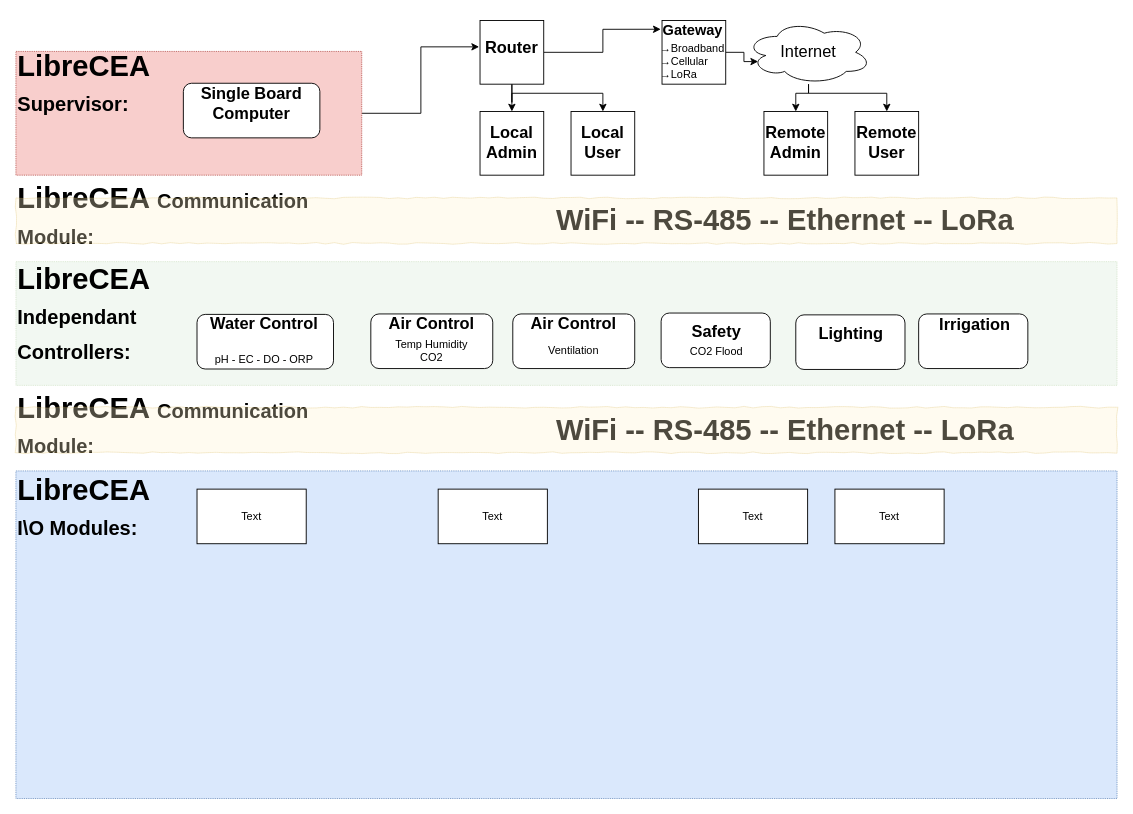
This is LibreCEA.drawio from LibreCEA/Project-Overview, a draw.io file, before an edit. Source tidied: cells renumbered, new cells numbered last; positions are measured from the earlier drawing's top-left corner, leaving out a move shared by most shapes. Both pictures are drawn from the tidied source at 91%, with x=0, y=0 at pixel (15, 20).
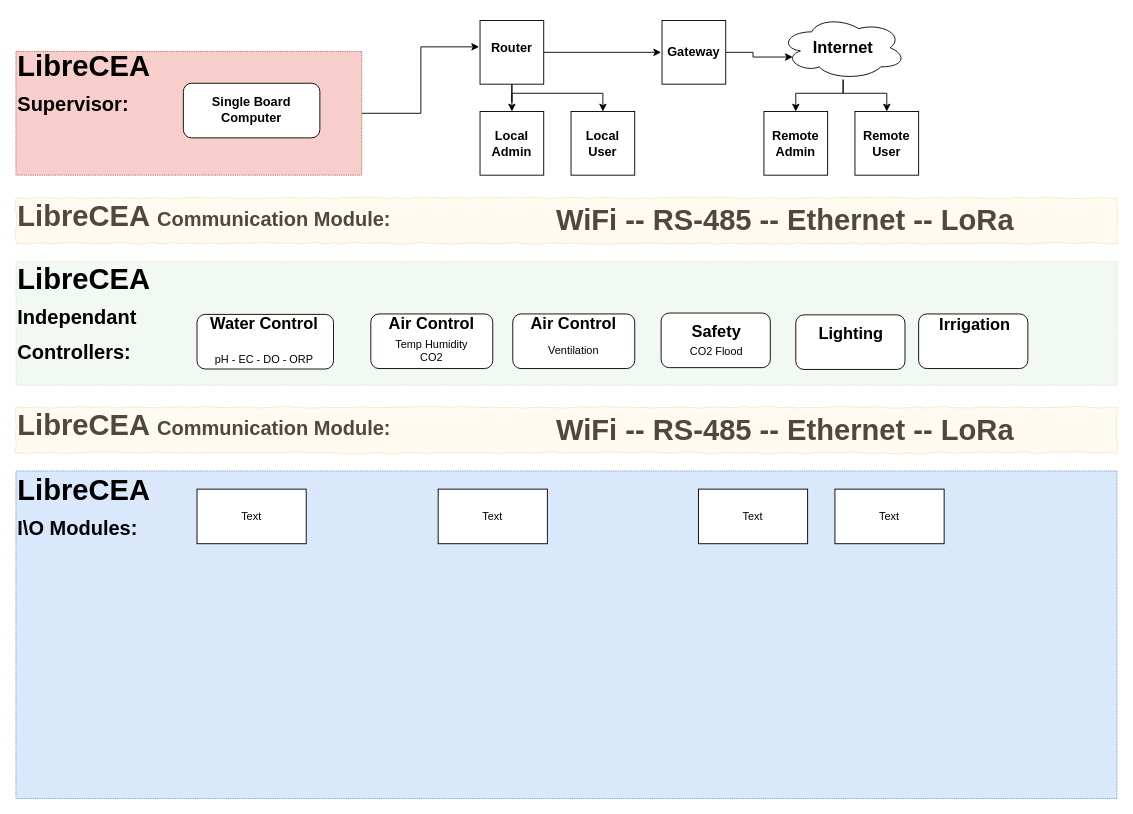
The same page after the edit.

The change refers to these unchanged cells:
```xml
<mxCell id="46" style="whiteSpace=wrap;html=1;" parent="1" vertex="1">
  <mxGeometry x="510" width="70" height="70" as="geometry" />
</mxCell>
<mxCell id="52" style="whiteSpace=wrap;html=1;" parent="1" vertex="1">
  <mxGeometry x="822" y="100" width="70" height="70" as="geometry" />
</mxCell>
<mxCell id="54" style="whiteSpace=wrap;html=1;" parent="1" vertex="1">
  <mxGeometry x="922" y="100" width="70" height="70" as="geometry" />
</mxCell>
<mxCell id="57" style="whiteSpace=wrap;html=1;" parent="1" vertex="1">
  <mxGeometry x="710" width="70" height="70" as="geometry" />
</mxCell>
```

What changed in the source:
```diff
@@
     <mxCell id="6" style="edgeStyle=orthogonalEdgeStyle;rounded=0;jettySize=auto;html=1;entryX=0.5;entryY=0;entryDx=0;entryDy=0;" parent="1" edge="1" source="8" target="52">
       <mxGeometry relative="1" as="geometry">
         <Array as="points">
-          <mxPoint x="871" y="80" />
+          <mxPoint x="909" y="80" />
           <mxPoint x="857" y="80" />
         </Array>
       </mxGeometry>
     </mxCell>
     <mxCell id="7" style="edgeStyle=orthogonalEdgeStyle;rounded=0;jettySize=auto;html=1;entryX=0.5;entryY=0;entryDx=0;entryDy=0;" parent="1" edge="1" source="8" target="54">
       <mxGeometry relative="1" as="geometry">
         <Array as="points">
-          <mxPoint x="871" y="80" />
+          <mxPoint x="909" y="80" />
           <mxPoint x="957" y="80" />
         </Array>
       </mxGeometry>
     </mxCell>
     <mxCell id="8" style="ellipse;shape=cloud;whiteSpace=wrap;html=1;" parent="1" vertex="1">
-      <mxGeometry x="802" width="138" height="70" as="geometry" />
+      <mxGeometry x="840" y="-5" width="138" height="70" as="geometry" />
     </mxCell>
-    <mxCell id="9" value="&lt;div style=&quot;font-size: 18px&quot;&gt;&lt;font style=&quot;font-size: 18px&quot;&gt;Internet&lt;/font&gt;&lt;/div&gt;" style="text;html=1;strokeColor=none;fillColor=none;align=center;verticalAlign=middle;whiteSpace=wrap;rounded=0;" parent="1" vertex="1">
-      <mxGeometry x="851" y="25" width="40" height="20" as="geometry" />
+    <mxCell id="9" value="&lt;div style=&quot;font-size: 18px&quot;&gt;&lt;b&gt;&lt;font style=&quot;font-size: 18px&quot;&gt;Internet&lt;/font&gt;&lt;/b&gt;&lt;/div&gt;" style="text;html=1;strokeColor=none;fillColor=none;align=center;verticalAlign=middle;whiteSpace=wrap;rounded=0;" parent="1" vertex="1">
+      <mxGeometry x="889" y="20" width="40" height="20" as="geometry" />
     </mxCell>
@@
-    <mxCell id="37" value="&lt;div style=&quot;font-size: 32px&quot; align=&quot;left&quot;&gt;&lt;b&gt;&lt;font style=&quot;font-size: 32px&quot;&gt;LibreCEA &lt;font style=&quot;font-size: 22px&quot;&gt;Communication Module:&lt;/font&gt;&lt;br&gt;&lt;/font&gt;&lt;/b&gt;&lt;/div&gt;" style="text;html=1;strokeColor=none;fillColor=none;align=left;verticalAlign=middle;whiteSpace=wrap;rounded=0;dashed=1;dashPattern=1 1;" parent="1" vertex="1">
-      <mxGeometry y="425" width="410" height="40" as="geometry" />
-    </mxCell>
-    <mxCell id="38" value="&lt;div style=&quot;font-size: 32px&quot; align=&quot;left&quot;&gt;&lt;b&gt;&lt;font&gt;&lt;font&gt;WiFi -- RS-485 -- Ethernet -- LoRa&lt;/font&gt;&lt;br&gt;&lt;/font&gt;&lt;/b&gt;&lt;/div&gt;" style="text;html=1;strokeColor=none;fillColor=none;align=left;verticalAlign=middle;whiteSpace=wrap;rounded=0;dashed=1;dashPattern=1 1;" parent="1" vertex="1">
-      <mxGeometry x="592" y="430" width="545" height="40" as="geometry" />
-    </mxCell>
-    <mxCell id="39" style="rounded=0;whiteSpace=wrap;html=1;fillColor=#fff2cc;strokeColor=#d6b656;dashed=1;dashPattern=1 1;textOpacity=50;opacity=30;comic=1;" parent="1" vertex="1">
-      <mxGeometry y="425" width="1210" height="50" as="geometry" />
-    </mxCell>
     <mxCell id="40" value="&lt;div style=&quot;font-size: 32px&quot; align=&quot;left&quot;&gt;&lt;b&gt;&lt;font style=&quot;font-size: 32px&quot;&gt;LibreCEA &lt;font style=&quot;font-size: 22px&quot;&gt;Communication Module:&lt;/font&gt;&lt;br&gt;&lt;/font&gt;&lt;/b&gt;&lt;/div&gt;" style="text;html=1;strokeColor=none;fillColor=none;align=left;verticalAlign=middle;whiteSpace=wrap;rounded=0;dashed=1;dashPattern=1 1;" parent="1" vertex="1">
-      <mxGeometry y="195" width="410" height="40" as="geometry" />
+      <mxGeometry y="195" width="540" height="40" as="geometry" />
     </mxCell>
     <mxCell id="41" value="&lt;div style=&quot;font-size: 32px&quot; align=&quot;left&quot;&gt;&lt;b&gt;&lt;font&gt;&lt;font&gt;WiFi -- RS-485 -- Ethernet -- LoRa&lt;/font&gt;&lt;br&gt;&lt;/font&gt;&lt;/b&gt;&lt;/div&gt;" style="text;html=1;strokeColor=none;fillColor=none;align=left;verticalAlign=middle;whiteSpace=wrap;rounded=0;dashed=1;dashPattern=1 1;" parent="1" vertex="1">
-      <mxGeometry x="592" y="200" width="545" height="40" as="geometry" />
+      <mxGeometry x="592" y="200" width="618" height="40" as="geometry" />
     </mxCell>
-    <mxCell id="42" style="rounded=0;whiteSpace=wrap;html=1;fillColor=#fff2cc;strokeColor=#d6b656;dashed=1;dashPattern=1 1;textOpacity=50;opacity=30;comic=1;" parent="1" vertex="1">
-      <mxGeometry y="195" width="1210" height="50" as="geometry" />
-    </mxCell>
@@
-    <mxCell id="45" style="edgeStyle=orthogonalEdgeStyle;rounded=0;jettySize=auto;html=1;entryX=-0.02;entryY=0.138;entryDx=0;entryDy=0;entryPerimeter=0;" parent="1" edge="1" source="46" target="57">
-      <mxGeometry relative="1" as="geometry" />
+    <mxCell id="45" style="edgeStyle=orthogonalEdgeStyle;rounded=0;jettySize=auto;html=1;" parent="1" edge="1" source="46">
+      <mxGeometry relative="1" as="geometry">
+        <mxPoint x="709" y="35" as="targetPoint" />
+        <Array as="points">
+          <mxPoint x="709" y="35" />
+        </Array>
+      </mxGeometry>
     </mxCell>
@@
-    <mxCell id="47" value="&lt;font style=&quot;font-size: 18px&quot;&gt;&lt;b&gt;&lt;font style=&quot;font-size: 18px&quot;&gt;Router&lt;/font&gt;&lt;/b&gt;&lt;/font&gt;" style="text;html=1;strokeColor=none;fillColor=none;align=center;verticalAlign=middle;whiteSpace=wrap;rounded=0;" parent="1" vertex="1">
+    <mxCell id="47" value="&lt;font style=&quot;font-size: 14px&quot;&gt;&lt;b&gt;&lt;font style=&quot;font-size: 14px&quot;&gt;Router&lt;/font&gt;&lt;/b&gt;&lt;/font&gt;" style="text;html=1;strokeColor=none;fillColor=none;align=center;verticalAlign=middle;whiteSpace=wrap;rounded=0;" parent="1" vertex="1">
       <mxGeometry x="525" y="20" width="40" height="20" as="geometry" />
     </mxCell>
@@
-    <mxCell id="49" value="&lt;div style=&quot;font-size: 18px&quot;&gt;&lt;font style=&quot;font-size: 18px&quot;&gt;&lt;b&gt;&lt;font style=&quot;font-size: 18px&quot;&gt;Local&lt;/font&gt;&lt;/b&gt;&lt;/font&gt;&lt;/div&gt;&lt;div style=&quot;font-size: 18px&quot;&gt;&lt;b&gt;&lt;font style=&quot;font-size: 18px&quot;&gt;&lt;font style=&quot;font-size: 18px&quot;&gt;Admin&lt;/font&gt;&lt;br&gt;&lt;/font&gt;&lt;/b&gt;&lt;/div&gt;" style="text;html=1;strokeColor=none;fillColor=none;align=center;verticalAlign=middle;whiteSpace=wrap;rounded=0;" parent="1" vertex="1">
+    <mxCell id="49" value="&lt;div style=&quot;font-size: 14px&quot;&gt;&lt;font style=&quot;font-size: 14px&quot;&gt;&lt;b&gt;&lt;font style=&quot;font-size: 14px&quot;&gt;Local&lt;/font&gt;&lt;/b&gt;&lt;/font&gt;&lt;/div&gt;&lt;div style=&quot;font-size: 14px&quot;&gt;&lt;font style=&quot;font-size: 14px&quot;&gt;&lt;b&gt;&lt;font style=&quot;font-size: 14px&quot;&gt;&lt;font style=&quot;font-size: 14px&quot;&gt;Admin&lt;/font&gt;&lt;br&gt;&lt;/font&gt;&lt;/b&gt;&lt;/font&gt;&lt;/div&gt;" style="text;html=1;strokeColor=none;fillColor=none;align=center;verticalAlign=middle;whiteSpace=wrap;rounded=0;" parent="1" vertex="1">
       <mxGeometry x="510" y="107.5" width="70" height="55" as="geometry" />
     </mxCell>
@@
-    <mxCell id="51" value="&lt;b&gt;&lt;/b&gt;&lt;div style=&quot;font-size: 18px&quot;&gt;&lt;b&gt;&lt;font style=&quot;font-size: 18px&quot;&gt;&lt;font style=&quot;font-size: 18px&quot;&gt;Local User&lt;/font&gt;&lt;br&gt;&lt;/font&gt;&lt;/b&gt;&lt;/div&gt;" style="text;html=1;strokeColor=none;fillColor=none;align=center;verticalAlign=middle;whiteSpace=wrap;rounded=0;" parent="1" vertex="1">
+    <mxCell id="51" value="&lt;font style=&quot;font-size: 14px&quot;&gt;&lt;b&gt;&lt;font style=&quot;font-size: 14px&quot;&gt;&lt;font style=&quot;font-size: 14px&quot;&gt;Local User&lt;/font&gt;&lt;br&gt;&lt;/font&gt;&lt;/b&gt;&lt;/font&gt;" style="text;html=1;strokeColor=none;fillColor=none;align=center;verticalAlign=middle;whiteSpace=wrap;rounded=0;" parent="1" vertex="1">
       <mxGeometry x="610" y="107.5" width="70" height="55" as="geometry" />
     </mxCell>
@@
-    <mxCell id="53" value="&lt;div style=&quot;font-size: 18px&quot;&gt;&lt;font style=&quot;font-size: 18px&quot;&gt;&lt;b&gt;&lt;font style=&quot;font-size: 18px&quot;&gt;Remote&lt;/font&gt;&lt;/b&gt;&lt;/font&gt;&lt;/div&gt;&lt;div style=&quot;font-size: 18px&quot;&gt;&lt;b&gt;&lt;font style=&quot;font-size: 18px&quot;&gt;&lt;font style=&quot;font-size: 18px&quot;&gt;Admin&lt;/font&gt;&lt;br&gt;&lt;/font&gt;&lt;/b&gt;&lt;/div&gt;" style="text;html=1;strokeColor=none;fillColor=none;align=center;verticalAlign=middle;whiteSpace=wrap;rounded=0;" parent="1" vertex="1">
+    <mxCell id="53" value="&lt;div style=&quot;font-size: 14px&quot;&gt;&lt;font style=&quot;font-size: 14px&quot;&gt;&lt;b&gt;&lt;font style=&quot;font-size: 14px&quot;&gt;Remote&lt;/font&gt;&lt;/b&gt;&lt;/font&gt;&lt;/div&gt;&lt;div style=&quot;font-size: 14px&quot;&gt;&lt;font style=&quot;font-size: 14px&quot;&gt;&lt;b&gt;&lt;font style=&quot;font-size: 14px&quot;&gt;&lt;font style=&quot;font-size: 14px&quot;&gt;Admin&lt;/font&gt;&lt;br&gt;&lt;/font&gt;&lt;/b&gt;&lt;/font&gt;&lt;/div&gt;" style="text;html=1;strokeColor=none;fillColor=none;align=center;verticalAlign=middle;whiteSpace=wrap;rounded=0;" parent="1" vertex="1">
       <mxGeometry x="822" y="107.5" width="70" height="55" as="geometry" />
     </mxCell>
@@
-    <mxCell id="55" value="&lt;b&gt;&lt;/b&gt;&lt;div style=&quot;font-size: 18px&quot;&gt;&lt;b&gt;&lt;font style=&quot;font-size: 18px&quot;&gt;&lt;font style=&quot;font-size: 18px&quot;&gt;Remote User&lt;/font&gt;&lt;br&gt;&lt;/font&gt;&lt;/b&gt;&lt;/div&gt;" style="text;html=1;strokeColor=none;fillColor=none;align=center;verticalAlign=middle;whiteSpace=wrap;rounded=0;" parent="1" vertex="1">
+    <mxCell id="55" value="&lt;div style=&quot;font-size: 14px&quot;&gt;&lt;font style=&quot;font-size: 14px&quot;&gt;&lt;b&gt;&lt;font style=&quot;font-size: 14px&quot;&gt;&lt;font style=&quot;font-size: 14px&quot;&gt;Remote User&lt;/font&gt;&lt;br&gt;&lt;/font&gt;&lt;/b&gt;&lt;/font&gt;&lt;/div&gt;" style="text;html=1;strokeColor=none;fillColor=none;align=center;verticalAlign=middle;whiteSpace=wrap;rounded=0;" parent="1" vertex="1">
       <mxGeometry x="922" y="107.5" width="70" height="55" as="geometry" />
     </mxCell>
     <mxCell id="56" style="edgeStyle=orthogonalEdgeStyle;rounded=0;jettySize=auto;html=1;entryX=0.099;entryY=0.645;entryDx=0;entryDy=0;entryPerimeter=0;" parent="1" edge="1" source="57" target="8">
-      <mxGeometry relative="1" as="geometry" />
+      <mxGeometry relative="1" as="geometry">
+        <Array as="points">
+          <mxPoint x="810" y="35" />
+          <mxPoint x="810" y="40" />
+        </Array>
+      </mxGeometry>
     </mxCell>
@@
-    <mxCell id="58" value="&lt;font style=&quot;font-size: 18px&quot; size=&quot;1&quot;&gt;&lt;b&gt;&lt;font style=&quot;font-size: 16px&quot;&gt;Gateway&lt;/font&gt;&lt;/b&gt;&lt;/font&gt;" style="text;html=1;strokeColor=none;fillColor=none;align=center;verticalAlign=middle;whiteSpace=wrap;rounded=0;" parent="1" vertex="1">
-      <mxGeometry x="724" width="40" height="20" as="geometry" />
+    <mxCell id="58" value="&lt;font style=&quot;font-size: 14px&quot;&gt;&lt;b&gt;&lt;font style=&quot;font-size: 14px&quot;&gt;Gateway&lt;/font&gt;&lt;/b&gt;&lt;/font&gt;" style="text;html=1;strokeColor=none;fillColor=none;align=center;verticalAlign=middle;whiteSpace=wrap;rounded=0;" parent="1" vertex="1">
+      <mxGeometry x="725" y="25" width="40" height="20" as="geometry" />
     </mxCell>
-    <mxCell id="59" value="&lt;div align=&quot;left&quot;&gt;&lt;font&gt;→Broadband&lt;/font&gt;&lt;font&gt;&lt;/font&gt;&lt;br&gt;&lt;/div&gt;&lt;div align=&quot;left&quot;&gt;&lt;font&gt;→Cellular&lt;/font&gt;&lt;/div&gt;&lt;div align=&quot;left&quot;&gt;&lt;font&gt;→LoRa&lt;br&gt;&lt;/font&gt;&lt;/div&gt;" style="text;html=1;strokeColor=none;fillColor=none;align=center;verticalAlign=middle;whiteSpace=wrap;rounded=0;" parent="1" vertex="1">
-      <mxGeometry x="707" y="20" width="73" height="50" as="geometry" />
-    </mxCell>
@@
-    <mxCell id="61" value="&lt;b&gt;&lt;font style=&quot;font-size: 18px&quot;&gt;Single Board Computer&lt;br&gt;&lt;/font&gt;&lt;/b&gt;" style="text;html=1;strokeColor=none;fillColor=none;align=center;verticalAlign=middle;whiteSpace=wrap;rounded=0;" parent="1" vertex="1">
-      <mxGeometry x="195" y="82" width="128" height="20" as="geometry" />
+    <mxCell id="61" value="&lt;font style=&quot;font-size: 14px&quot;&gt;&lt;b&gt;&lt;font style=&quot;font-size: 14px&quot;&gt;Single Board Computer&lt;br&gt;&lt;/font&gt;&lt;/b&gt;&lt;/font&gt;" style="text;html=1;strokeColor=none;fillColor=none;align=center;verticalAlign=middle;whiteSpace=wrap;rounded=0;" parent="1" vertex="1">
+      <mxGeometry x="195" y="87.5" width="128" height="20" as="geometry" />
     </mxCell>
+    <mxCell id="37" value="&lt;div style=&quot;font-size: 32px&quot; align=&quot;left&quot;&gt;&lt;b&gt;&lt;font style=&quot;font-size: 32px&quot;&gt;LibreCEA &lt;font style=&quot;font-size: 22px&quot;&gt;Communication Module:&lt;/font&gt;&lt;br&gt;&lt;/font&gt;&lt;/b&gt;&lt;/div&gt;" style="text;html=1;strokeColor=none;fillColor=none;align=left;verticalAlign=middle;whiteSpace=wrap;rounded=0;dashed=1;dashPattern=1 1;" parent="1" vertex="1">
+      <mxGeometry y="425" width="540" height="40" as="geometry" />
+    </mxCell>
+    <mxCell id="38" value="&lt;div style=&quot;font-size: 32px&quot; align=&quot;left&quot;&gt;&lt;b&gt;&lt;font&gt;&lt;font&gt;WiFi -- RS-485 -- Ethernet -- LoRa&lt;/font&gt;&lt;br&gt;&lt;/font&gt;&lt;/b&gt;&lt;/div&gt;" style="text;html=1;strokeColor=none;fillColor=none;align=left;verticalAlign=middle;whiteSpace=wrap;rounded=0;dashed=1;dashPattern=1 1;" parent="1" vertex="1">
+      <mxGeometry x="592" y="430" width="618" height="40" as="geometry" />
+    </mxCell>
+    <mxCell id="39" style="rounded=0;whiteSpace=wrap;html=1;fillColor=#fff2cc;strokeColor=#d6b656;dashed=1;dashPattern=1 1;textOpacity=50;opacity=30;comic=1;" parent="1" vertex="1">
+      <mxGeometry y="425" width="1210" height="50" as="geometry" />
+    </mxCell>
+    <mxCell id="42" style="rounded=0;whiteSpace=wrap;html=1;fillColor=#fff2cc;strokeColor=#d6b656;dashed=1;dashPattern=1 1;textOpacity=50;opacity=30;comic=1;" parent="1" vertex="1">
+      <mxGeometry y="195" width="1210" height="50" as="geometry" />
+    </mxCell>
```
